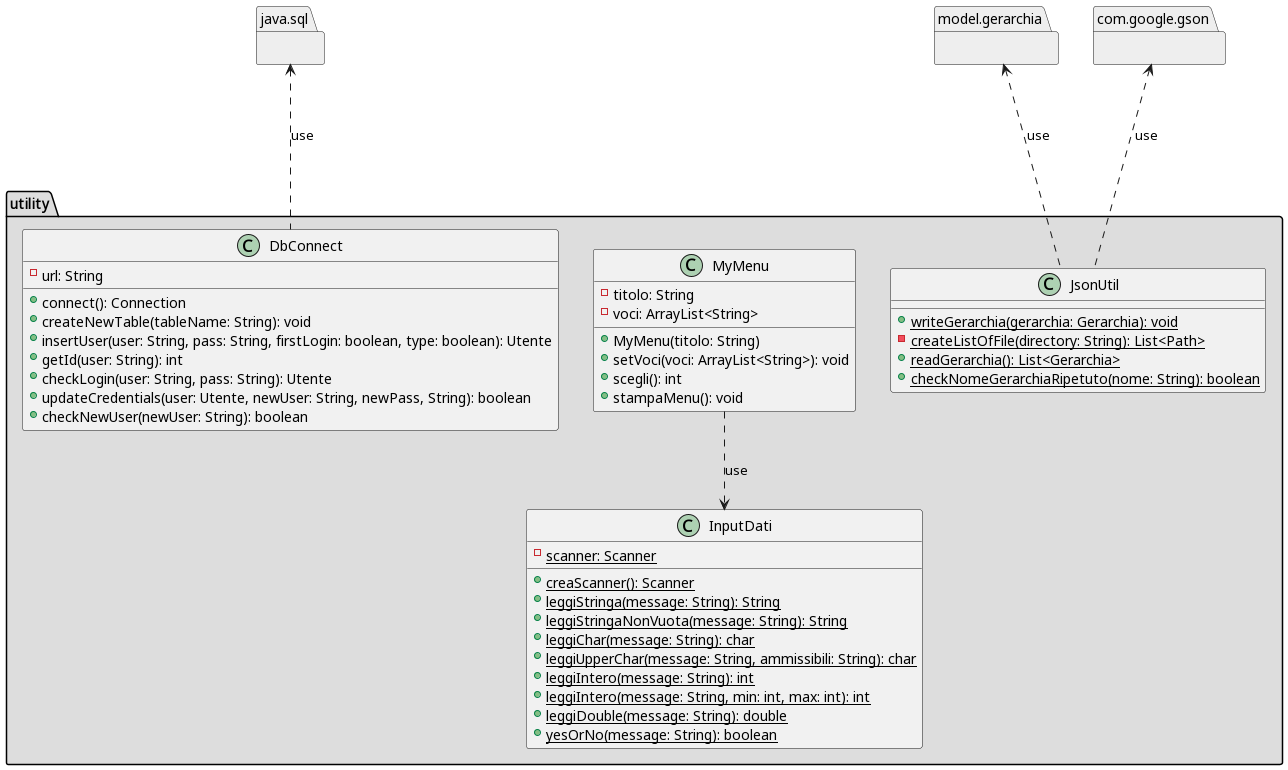
Before: out/Documentation/Ver1/utility.png, a diagram exported from PlantUML (bernagit/IngegneriaSoftware). Its diagram source:
```plantuml
@startuml utility

package java.sql #EEEEEE{}

package com.google.gson #EEEEEE{}

package model.gerarchia #EEEEEE{}

package "utility" #DDDDDD{
    class DbConnect{
        -url: String
        +connect(): Connection
        +createNewTable(tableName: String): void
        +insertUser(user: String, pass: String, firstLogin: boolean, type: boolean): Utente
        +getId(user: String): int
        +checkLogin(user: String, pass: String): Utente
        +updateCredentials(user: Utente, newUser: String, newPass, String): boolean
        +checkNewUser(newUser: String): boolean
    }

    class MyMenu{
        -titolo: String
        -voci: ArrayList<String>
        +MyMenu(titolo: String)
        +setVoci(voci: ArrayList<String>): void
        +scegli(): int
        +stampaMenu(): void
    }
    class JsonUtil{
        +{static} writeGerarchia(gerarchia: Gerarchia): void
        -{static} createListOfFile(directory: String): List<Path>
        +{static} readGerarchia(): List<Gerarchia>
        +{static} checkNomeGerarchiaRipetuto(nome: String): boolean
    }
    class InputDati{
        -{static} scanner: Scanner
        +{static} creaScanner(): Scanner
        +{static} leggiStringa(message: String): String
        +{static} leggiStringaNonVuota(message: String): String
        +{static} leggiChar(message: String): char
        +{static} leggiUpperChar(message: String, ammissibili: String): char
        +{static} leggiIntero(message: String): int
        +{static} leggiIntero(message: String, min: int, max: int): int
        +{static} leggiDouble(message: String): double
        +{static} yesOrNo(message: String): boolean


    }


    MyMenu ..> InputDati: use
    JsonUtil -up..> com.google.gson: use
    JsonUtil -up..> model.gerarchia: use
    DbConnect -up..> java.sql : use

}



@enduml
```
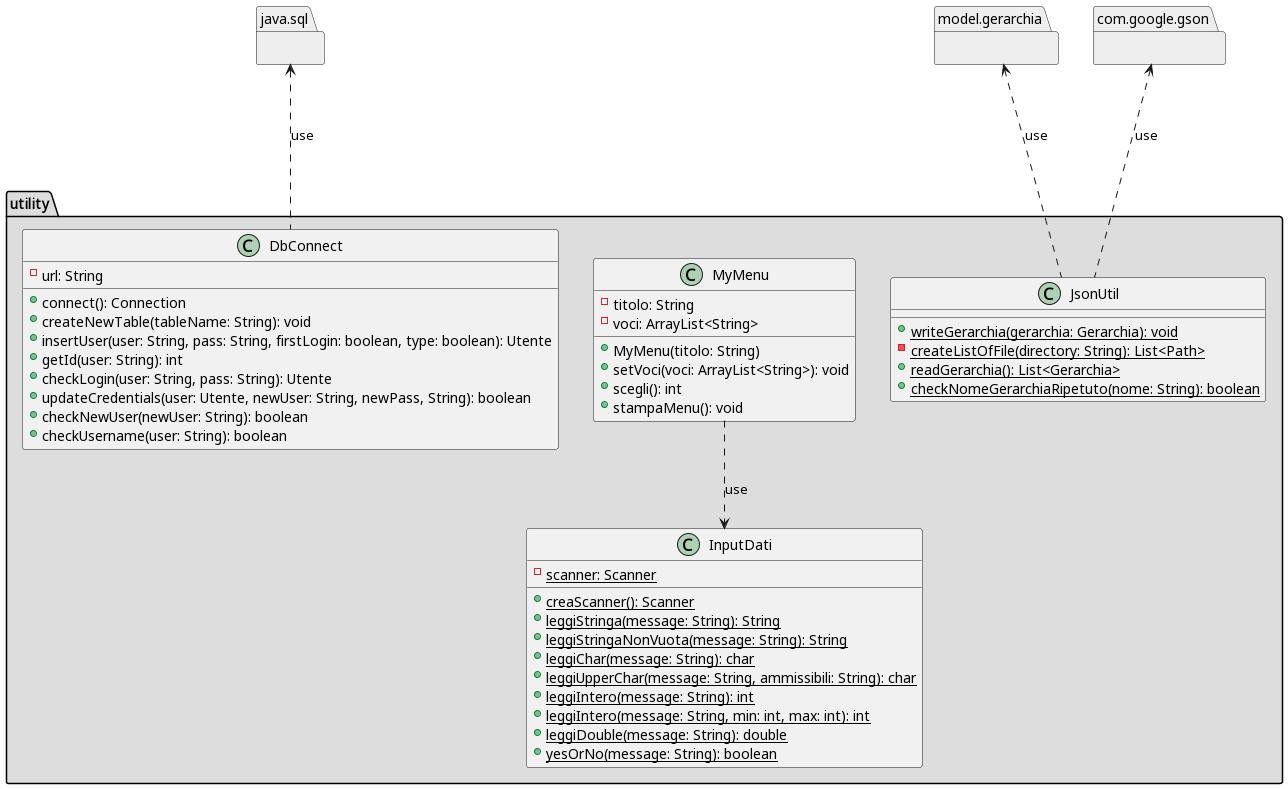
After the commit.

Change to the diagram source:
```diff
@@ -16,6 +16,7 @@
         +checkLogin(user: String, pass: String): Utente
         +updateCredentials(user: Utente, newUser: String, newPass, String): boolean
         +checkNewUser(newUser: String): boolean
+        +checkUsername(user: String): boolean
     }
 
     class MyMenu{
```
